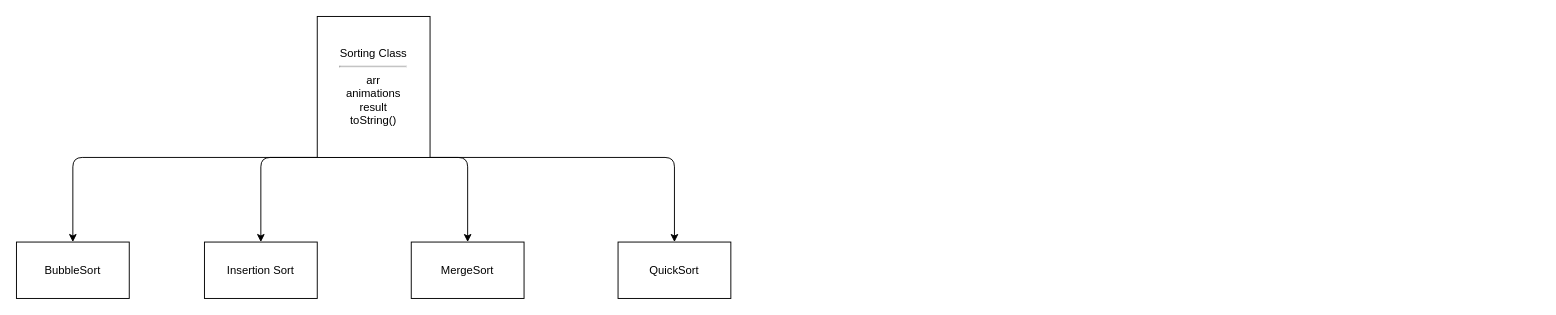
CSA-Tri-2/DEA-project keeps this draw.io diagram as ideation/sorting.drawio. Above is the earlier version. Source tidied: cells renumbered, new cells numbered last; positions are measured from the earlier drawing's top-left corner, leaving out a move shared by most shapes. Both pictures are drawn from the tidied source at 94%, with x=0, y=0 at pixel (16, 16).
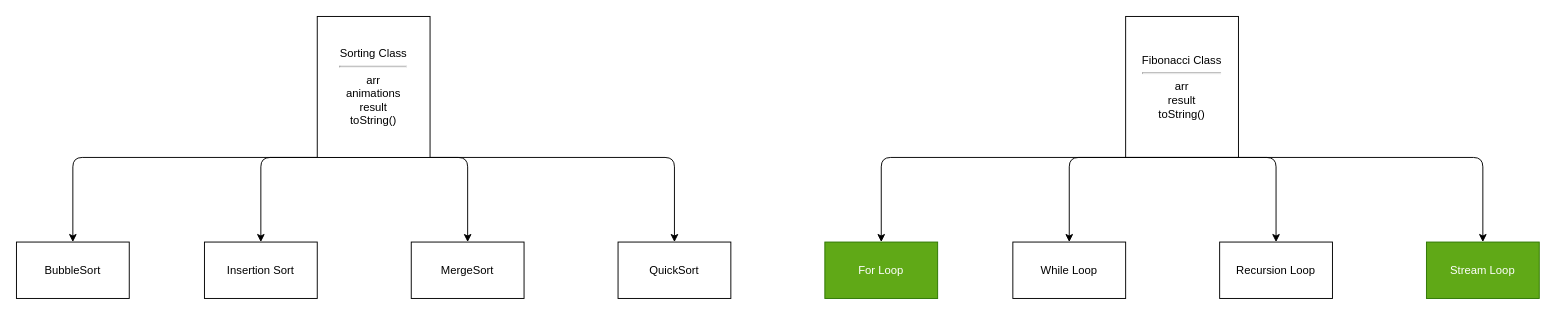
The same diagram, later.

Diff of the diagram source:
```diff
@@
+    <mxCell id="11" value="Fibonacci Class&lt;hr&gt;arr&lt;br&gt;result&lt;br&gt;toString()" style="whiteSpace=wrap;html=1;" parent="1" vertex="1">
+      <mxGeometry x="1180" width="120" height="150" as="geometry" />
+    </mxCell>
+    <mxCell id="12" style="edgeStyle=none;html=1;entryX=0.5;entryY=0;entryDx=0;entryDy=0;" parent="1" edge="1" target="16">
+      <mxGeometry relative="1" as="geometry">
+        <mxPoint x="1235" y="150" as="sourcePoint" />
+        <Array as="points">
+          <mxPoint x="920" y="150" />
+        </Array>
+      </mxGeometry>
+    </mxCell>
+    <mxCell id="13" style="edgeStyle=none;html=1;entryX=0.5;entryY=0;entryDx=0;entryDy=0;" parent="1" edge="1" target="17">
+      <mxGeometry relative="1" as="geometry">
+        <mxPoint x="1240" y="150" as="sourcePoint" />
+        <Array as="points">
+          <mxPoint x="1120" y="150" />
+        </Array>
+      </mxGeometry>
+    </mxCell>
+    <mxCell id="14" style="edgeStyle=none;html=1;entryX=0.5;entryY=0;entryDx=0;entryDy=0;" parent="1" edge="1" target="18">
+      <mxGeometry relative="1" as="geometry">
+        <mxPoint x="1235" y="150" as="sourcePoint" />
+        <Array as="points">
+          <mxPoint x="1340" y="150" />
+        </Array>
+      </mxGeometry>
+    </mxCell>
+    <mxCell id="15" style="edgeStyle=none;html=1;entryX=0.5;entryY=0;entryDx=0;entryDy=0;" parent="1" edge="1" target="19">
+      <mxGeometry relative="1" as="geometry">
+        <mxPoint x="1240" y="150" as="sourcePoint" />
+        <Array as="points">
+          <mxPoint x="1560" y="150" />
+        </Array>
+      </mxGeometry>
+    </mxCell>
+    <mxCell id="16" value="For Loop" style="whiteSpace=wrap;html=1;fillColor=#60a917;fontColor=#ffffff;strokeColor=#2D7600;" parent="1" vertex="1">
+      <mxGeometry x="860" y="240" width="120" height="60" as="geometry" />
+    </mxCell>
+    <mxCell id="17" value="While Loop" style="whiteSpace=wrap;html=1;" parent="1" vertex="1">
+      <mxGeometry x="1060" y="240" width="120" height="60" as="geometry" />
+    </mxCell>
+    <mxCell id="18" value="Recursion Loop" style="whiteSpace=wrap;html=1;" parent="1" vertex="1">
+      <mxGeometry x="1280" y="240" width="120" height="60" as="geometry" />
+    </mxCell>
+    <mxCell id="19" value="Stream Loop" style="whiteSpace=wrap;html=1;fillColor=#60a917;fontColor=#ffffff;strokeColor=#2D7600;" parent="1" vertex="1">
+      <mxGeometry x="1500" y="240" width="120" height="60" as="geometry" />
+    </mxCell>
```
